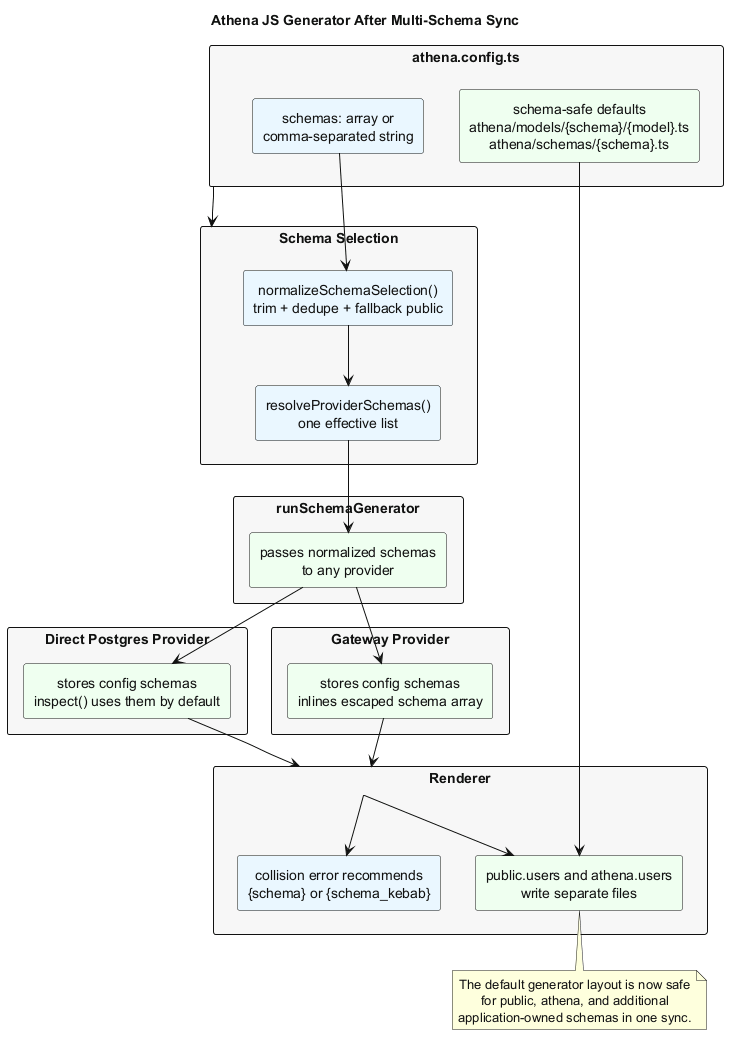
The PlantUML diagram architecture/generator-multi-schema-sync/after.png in xylex-group/athena-js, before a commit.
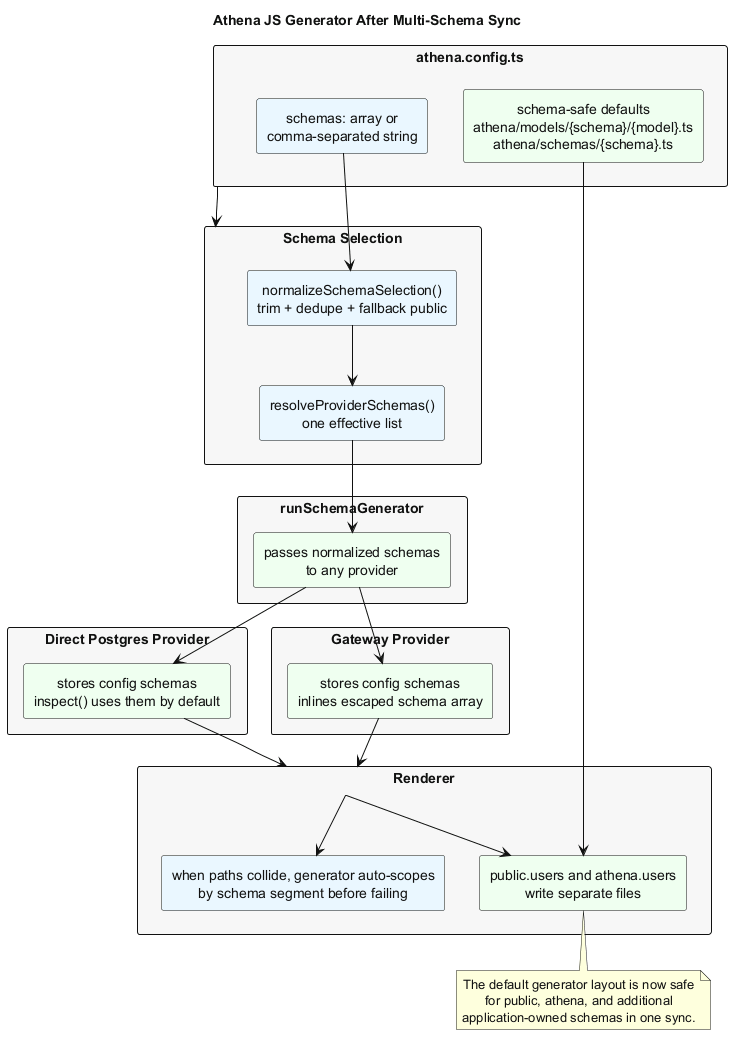
The same file after the commit.

What changed in the source:
```diff
@@ -35,7 +35,7 @@
 
 rectangle "Renderer" as Renderer #F7F7F7 {
   rectangle "public.users and athena.users\nwrite separate files" as Separate #EFFFF0
-  rectangle "collision error recommends\n{schema} or {schema_kebab}" as Error #EAF7FF
+  rectangle "when paths collide, generator auto-scopes\nby schema segment before failing" as Recovery #EAF7FF
 }
 
 Config --> Selection
@@ -48,7 +48,7 @@
 DirectInspect --> Renderer
 GatewayInspect --> Renderer
 Renderer --> Separate
-Renderer --> Error
+Renderer --> Recovery
 
 note bottom of Separate
 The default generator layout is now safe
```
